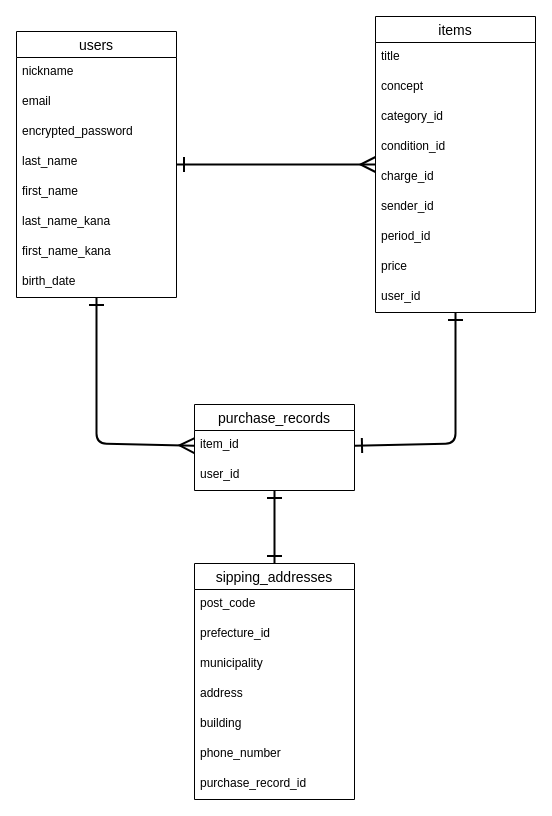
Earlier version of the draw.io diagram table.dio (takuro-miyaguchi/furima-38300). Source tidied: cells renumbered, new cells numbered last; positions are measured from the earlier drawing's top-left corner, leaving out a move shared by most shapes. Both pictures are drawn from the tidied source at 100%, with x=0, y=0 at pixel (16, 16).
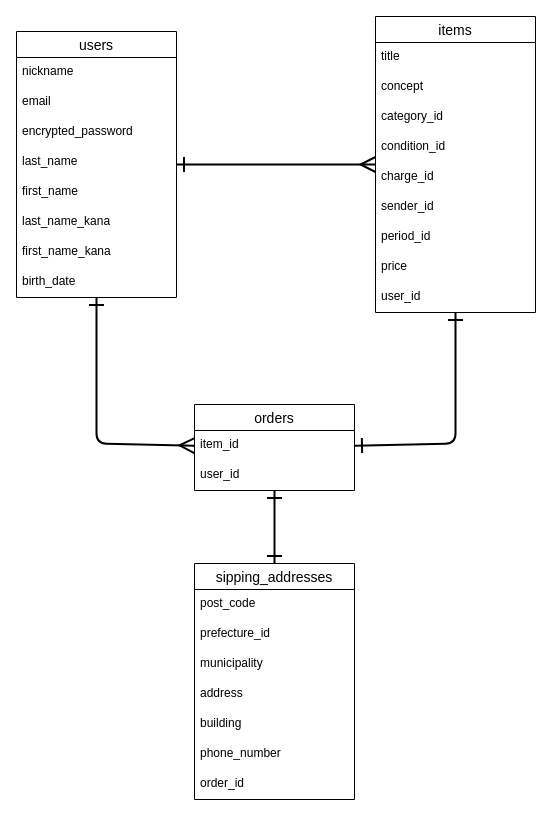
The same diagram, later.

The change refers to these unchanged cells:
```xml
<mxCell id="28" value="sipping_addresses" style="swimlane;fontStyle=0;horizontal=1;startSize=26;align=center;fontSize=14;" parent="1" vertex="1">
  <mxGeometry x="178" y="547" width="160" height="236" as="geometry" />
</mxCell>
```

What changed in the source:
```diff
@@
-    <mxCell id="22" value="purchase_records" style="swimlane;fontStyle=0;horizontal=1;startSize=26;align=center;fontSize=14;" parent="1" vertex="1">
+    <mxCell id="22" value="orders" style="swimlane;fontStyle=0;horizontal=1;startSize=26;align=center;fontSize=14;" parent="1" vertex="1">
       <mxGeometry x="178" y="388" width="160" height="86" as="geometry" />
     </mxCell>
@@
-    <mxCell id="35" value="purchase_record_id" style="text;strokeColor=none;fillColor=none;spacingLeft=4;spacingRight=4;overflow=hidden;fontSize=12;" parent="28" vertex="1">
+    <mxCell id="35" value="order_id" style="text;strokeColor=none;fillColor=none;spacingLeft=4;spacingRight=4;overflow=hidden;fontSize=12;" parent="28" vertex="1">
       <mxGeometry y="206" width="160" height="30" as="geometry" />
     </mxCell>
```
